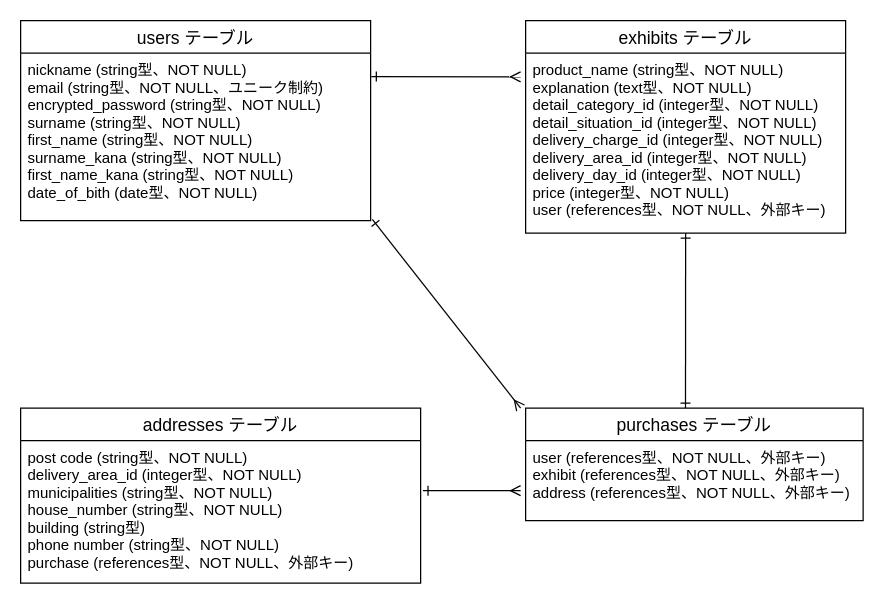
The draw.io diagram furima.dio in oomasayuki/furima-38200, before the edit. Source tidied: cells renumbered, new cells numbered last; positions are measured from the earlier drawing's top-left corner, leaving out a move shared by most shapes. Both pictures are drawn from the tidied source at 125%, with x=0, y=0 at pixel (20, 20).
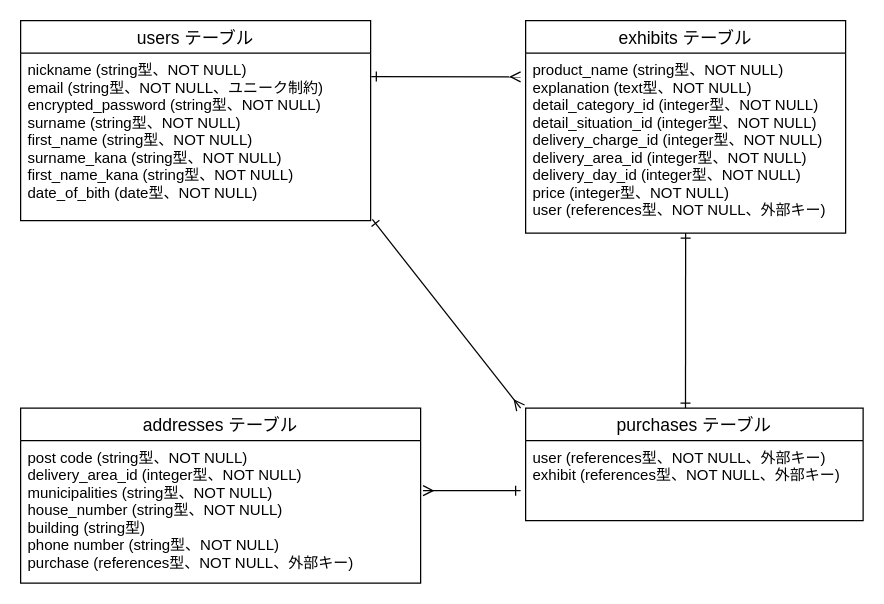
After the change.

Commit message (it also covers changes not shown here):
データベース設計修正4

What changed in the source:
```diff
@@
 <mxGraphModel>
   <root>
     <mxCell id="0" />
     <mxCell id="1" parent="0" />
     <mxCell id="2" value="users テーブル" style="swimlane;fontStyle=0;horizontal=1;startSize=26;align=center;fontSize=14;" parent="1" vertex="1">
       <mxGeometry width="280" height="160" as="geometry" />
     </mxCell>
     <mxCell id="3" value="nickname (string型、NOT NULL)&#10;email (string型、NOT NULL、ユニーク制約)&#10;encrypted_password (string型、NOT NULL)&#10;surname (string型、NOT NULL)&#10;first_name (string型、NOT NULL)&#10;surname_kana (string型、NOT NULL)&#10;first_name_kana (string型、NOT NULL)&#10;date_of_bith (date型、NOT NULL)&#10;" style="text;strokeColor=none;fillColor=none;spacingLeft=4;spacingRight=4;overflow=hidden;points=[[0,0.5],[1,0.5]];portConstraint=eastwest;fontSize=12;" parent="2" vertex="1">
       <mxGeometry y="26" width="280" height="134" as="geometry" />
     </mxCell>
     <mxCell id="4" value="exhibits テーブル" style="swimlane;fontStyle=0;horizontal=1;startSize=26;align=center;fontSize=14;" parent="1" vertex="1">
       <mxGeometry x="404" width="256" height="170" as="geometry" />
     </mxCell>
     <mxCell id="5" value="product_name (string型、NOT NULL)&#10;explanation (text型、NOT NULL)&#10;detail_category_id (integer型、NOT NULL)&#10;detail_situation_id (integer型、NOT NULL)&#10;delivery_charge_id (integer型、NOT NULL)&#10;delivery_area_id (integer型、NOT NULL)&#10;delivery_day_id (integer型、NOT NULL)&#10;price (integer型、NOT NULL)&#10;user (references型、NOT NULL、外部キー)" style="text;strokeColor=none;fillColor=none;spacingLeft=4;spacingRight=4;overflow=hidden;fontSize=12;" parent="4" vertex="1">
       <mxGeometry y="26" width="256" height="144" as="geometry" />
     </mxCell>
     <mxCell id="6" value="addresses テーブル" style="swimlane;fontStyle=0;horizontal=1;startSize=26;align=center;fontSize=14;" parent="1" vertex="1">
       <mxGeometry y="310" width="320" height="140" as="geometry" />
     </mxCell>
     <mxCell id="7" value="post code (string型、NOT NULL)&#10;delivery_area_id (integer型、NOT NULL)&#10;municipalities (string型、NOT NULL)&#10;house_number (string型、NOT NULL)&#10;building (string型)&#10;phone number (string型、NOT NULL)&#10;purchase (references型、NOT NULL、外部キー)" style="text;strokeColor=none;fillColor=none;spacingLeft=4;spacingRight=4;overflow=hidden;points=[[0,0.5],[1,0.5]];portConstraint=eastwest;fontSize=12;" parent="6" vertex="1">
       <mxGeometry y="26" width="320" height="114" as="geometry" />
     </mxCell>
     <mxCell id="8" style="edgeStyle=none;html=1;exitX=1.002;exitY=0.14;exitDx=0;exitDy=0;endArrow=ERmany;endFill=0;startArrow=ERone;startFill=0;exitPerimeter=0;" parent="1" edge="1" source="3">
       <mxGeometry relative="1" as="geometry">
         <mxPoint x="400" y="45" as="targetPoint" />
       </mxGeometry>
     </mxCell>
     <mxCell id="9" value="purchases テーブル" style="swimlane;fontStyle=0;horizontal=1;startSize=26;align=center;fontSize=14;" parent="1" vertex="1">
       <mxGeometry x="404" y="310" width="270" height="90" as="geometry" />
     </mxCell>
-    <mxCell id="10" value="user (references型、NOT NULL、外部キー)&#10;exhibit (references型、NOT NULL、外部キー)&#10;address (references型、NOT NULL、外部キー)" style="text;strokeColor=none;fillColor=none;spacingLeft=4;spacingRight=4;overflow=hidden;fontSize=12;" parent="9" vertex="1">
+    <mxCell id="10" value="user (references型、NOT NULL、外部キー)&#10;exhibit (references型、NOT NULL、外部キー)" style="text;strokeColor=none;fillColor=none;spacingLeft=4;spacingRight=4;overflow=hidden;fontSize=12;" parent="9" vertex="1">
       <mxGeometry y="26" width="270" height="64" as="geometry" />
     </mxCell>
     <mxCell id="11" style="edgeStyle=none;html=1;startArrow=ERone;startFill=0;endArrow=ERone;endFill=0;exitX=0.5;exitY=0;exitDx=0;exitDy=0;" parent="1" edge="1">
       <mxGeometry relative="1" as="geometry">
         <mxPoint x="531.9" y="310" as="sourcePoint" />
         <mxPoint x="532" y="170" as="targetPoint" />
       </mxGeometry>
     </mxCell>
     <mxCell id="12" style="edgeStyle=none;html=1;startArrow=ERmany;startFill=0;endArrow=ERone;endFill=0;entryX=1.005;entryY=0.993;entryDx=0;entryDy=0;entryPerimeter=0;" parent="1" edge="1" target="3">
       <mxGeometry relative="1" as="geometry">
         <mxPoint x="400" y="310" as="sourcePoint" />
       </mxGeometry>
     </mxCell>
-    <mxCell id="13" style="edgeStyle=none;html=1;startArrow=ERmany;startFill=0;endArrow=ERone;endFill=0;entryX=1.006;entryY=0.351;entryDx=0;entryDy=0;entryPerimeter=0;" parent="1" edge="1" target="7">
+    <mxCell id="13" style="edgeStyle=none;html=1;startArrow=ERone;startFill=0;endArrow=ERmany;endFill=0;entryX=1.006;entryY=0.351;entryDx=0;entryDy=0;entryPerimeter=0;" parent="1" edge="1" target="7">
       <mxGeometry relative="1" as="geometry">
         <mxPoint x="400" y="376" as="sourcePoint" />
       </mxGeometry>
     </mxCell>
   </root>
 </mxGraphModel>
```
